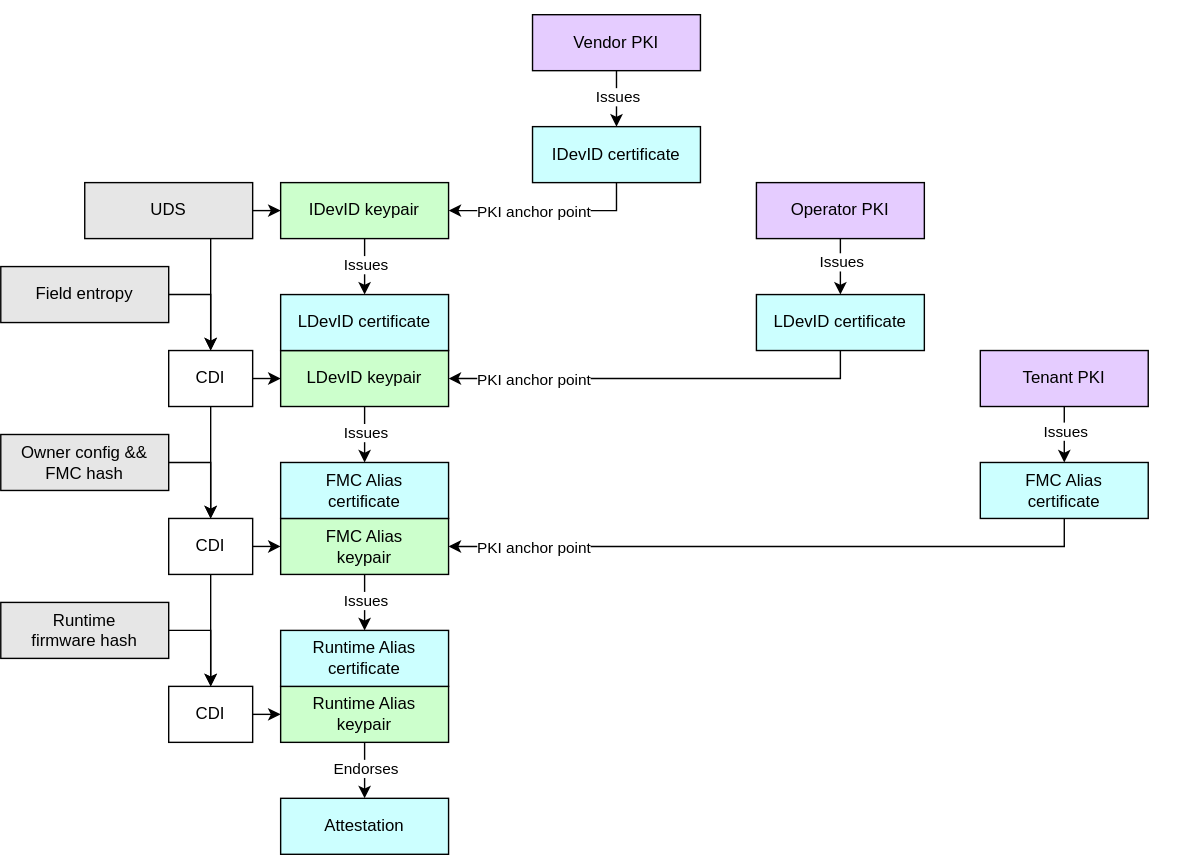
opencomputeproject/Security keeps this draw.io diagram as specifications/device-identity-provisioning/diagrams/tenant_anchor_point.drawio.svg. Above is the earlier version. Source tidied: cells renumbered, new cells last; positions are measured from the earlier drawing's top-left corner, leaving out a move shared by most shapes.
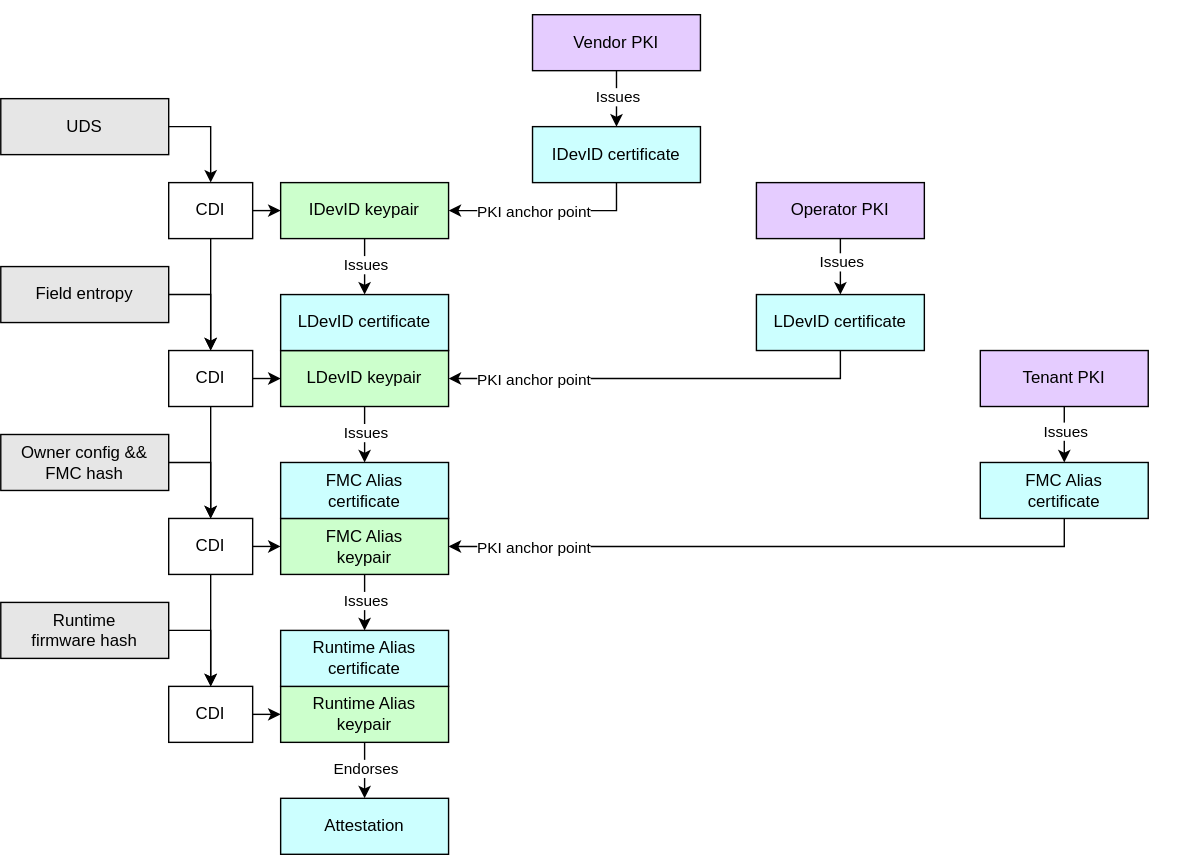
After the change.

What changed in the source:
```diff
@@ -83,15 +83,9 @@
     <mxCell id="24" style="rounded=0;whiteSpace=wrap;html=1;align=center;verticalAlign=middle;shadow=0;glass=0;spacingLeft=0;spacingBottom=0;spacingTop=0;fillColor=#FFFFFF;fontSize=10;strokeColor=#FFFFFF;" parent="1" vertex="1">
       <mxGeometry width="90" height="20" as="geometry" />
     </mxCell>
-    <mxCell id="25" style="edgeStyle=none;html=1;exitX=1;exitY=0.5;exitDx=0;exitDy=0;entryX=0;entryY=0.5;entryDx=0;entryDy=0;" parent="1" edge="1" source="27" target="12">
-      <mxGeometry relative="1" as="geometry" />
-    </mxCell>
-    <mxCell id="26" style="edgeStyle=none;html=1;exitX=0.75;exitY=1;exitDx=0;exitDy=0;entryX=0.5;entryY=0;entryDx=0;entryDy=0;" parent="1" edge="1" source="27" target="32">
+    <mxCell id="26" style="edgeStyle=none;html=1;exitX=0.5;exitY=1;exitDx=0;exitDy=0;entryX=0.5;entryY=0;entryDx=0;entryDy=0;" parent="1" edge="1" source="57" target="32">
       <mxGeometry relative="1" as="geometry" />
     </mxCell>
-    <mxCell id="27" value="&lt;div&gt;&lt;font color=&quot;#000000&quot;&gt;UDS&lt;/font&gt;&lt;/div&gt;" style="rounded=0;whiteSpace=wrap;html=1;align=center;verticalAlign=middle;shadow=0;glass=0;spacingLeft=0;spacingBottom=0;spacingTop=0;fillColor=#E6E6E6;" parent="1" vertex="1">
-      <mxGeometry x="60" y="130" width="120" height="40" as="geometry" />
-    </mxCell>
     <mxCell id="28" style="edgeStyle=orthogonalEdgeStyle;html=1;exitX=1;exitY=0.5;exitDx=0;exitDy=0;entryX=0.5;entryY=0;entryDx=0;entryDy=0;rounded=0;" parent="1" edge="1" source="29" target="32">
       <mxGeometry relative="1" as="geometry" />
     </mxCell>
@@ -179,5 +173,17 @@
     <mxCell id="54" style="rounded=0;whiteSpace=wrap;html=1;align=center;verticalAlign=middle;shadow=0;glass=0;spacingLeft=0;spacingBottom=0;spacingTop=0;fillColor=#FFFFFF;fontSize=10;strokeColor=#FFFFFF;" parent="1" vertex="1">
       <mxGeometry x="760" width="90" height="20" as="geometry" />
     </mxCell>
+    <mxCell id="55" style="edgeStyle=none;html=1;exitX=1;exitY=0.5;exitDx=0;exitDy=0;entryX=0;entryY=0.5;entryDx=0;entryDy=0;" parent="1" edge="1" source="57" target="12">
+      <mxGeometry relative="1" as="geometry" />
+    </mxCell>
+    <mxCell id="56" style="edgeStyle=orthogonalEdgeStyle;html=1;exitX=1;exitY=0.5;exitDx=0;exitDy=0;entryX=0.5;entryY=0;entryDx=0;entryDy=0;rounded=0;" parent="1" edge="1" source="27" target="57">
+      <mxGeometry relative="1" as="geometry" />
+    </mxCell>
+    <mxCell id="27" value="&lt;div&gt;&lt;font color=&quot;#000000&quot;&gt;UDS&lt;/font&gt;&lt;/div&gt;" style="rounded=0;whiteSpace=wrap;html=1;align=center;verticalAlign=middle;shadow=0;glass=0;spacingLeft=0;spacingBottom=0;spacingTop=0;fillColor=#E6E6E6;" parent="1" vertex="1">
+      <mxGeometry y="70" width="120" height="40" as="geometry" />
+    </mxCell>
+    <mxCell id="57" value="CDI" style="rounded=0;whiteSpace=wrap;html=1;align=center;verticalAlign=middle;shadow=0;glass=0;spacingLeft=0;spacingBottom=0;spacingTop=0;fillColor=#FFFFFF;" parent="1" vertex="1">
+      <mxGeometry x="120" y="130" width="60" height="40" as="geometry" />
+    </mxCell>
   </root>
 </mxGraphModel>
```
